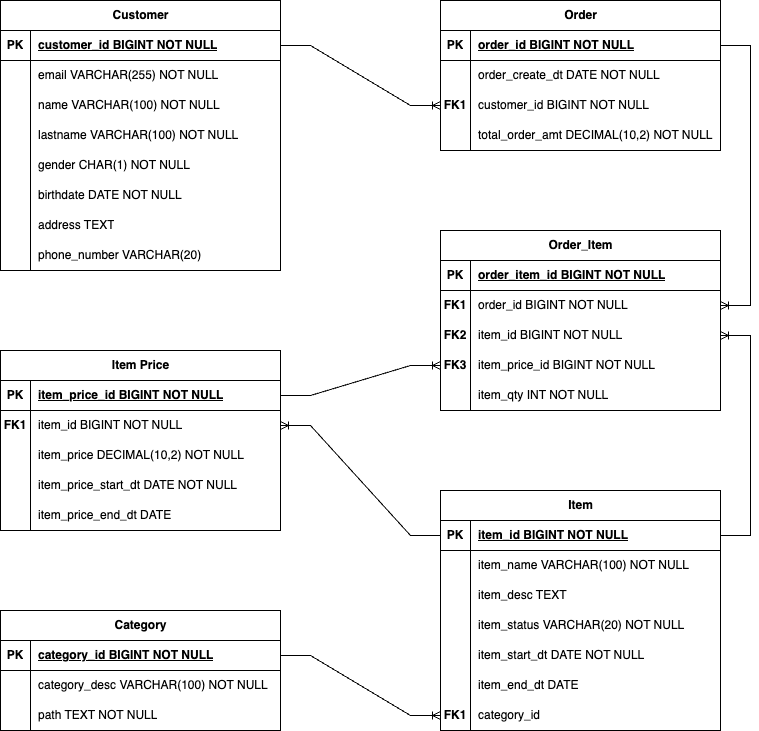
NicOliveto/challenge_analytics_engineer_sql keeps this draw.io diagram as der_flujo_compras.drawio.png. Above is the earlier version. Source tidied: cells renumbered, new cells last; positions are measured from the earlier drawing's top-left corner, leaving out a move shared by most shapes.
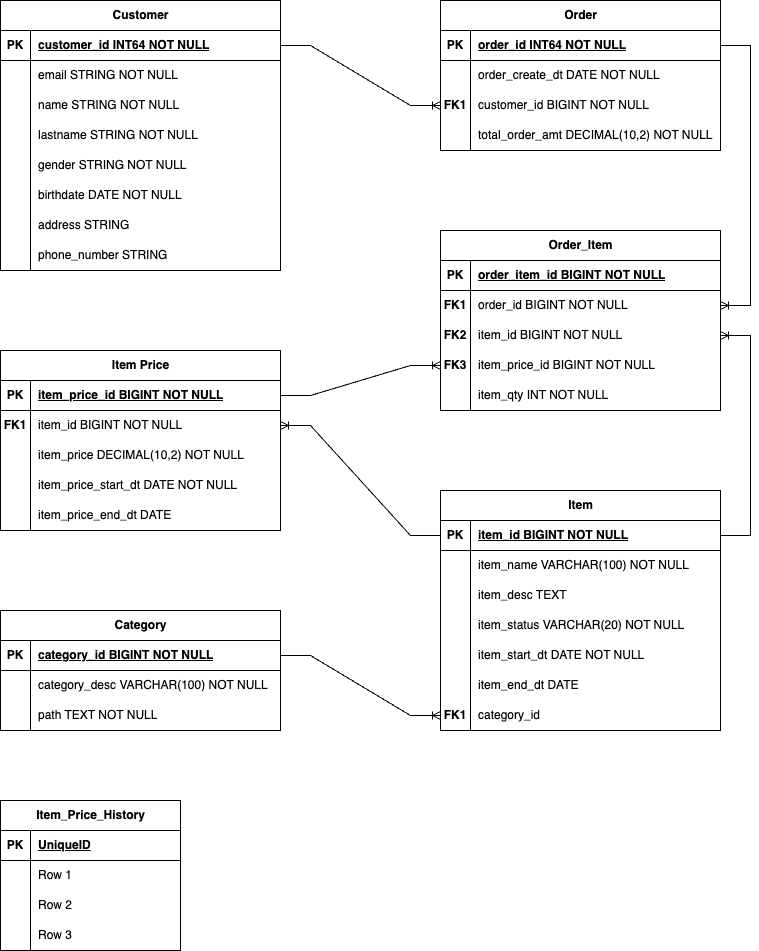
After the change.

Change to the diagram source:
```diff
@@ -11,7 +11,7 @@
     <mxCell id="4" value="PK" style="shape=partialRectangle;fillColor=none;top=0;left=0;bottom=0;right=0;fontStyle=1;overflow=hidden;whiteSpace=wrap;html=1;" parent="3" vertex="1">
       <mxGeometry width="30" height="30" as="geometry" />
     </mxCell>
-    <mxCell id="5" value="customer_id BIGINT NOT NULL" style="shape=partialRectangle;fillColor=none;top=0;left=0;bottom=0;right=0;align=left;spacingLeft=6;fontStyle=5;overflow=hidden;whiteSpace=wrap;html=1;" parent="3" vertex="1">
+    <mxCell id="5" value="customer_id INT64 NOT NULL" style="shape=partialRectangle;fillColor=none;top=0;left=0;bottom=0;right=0;align=left;spacingLeft=6;fontStyle=5;overflow=hidden;whiteSpace=wrap;html=1;" parent="3" vertex="1">
       <mxGeometry x="30" width="250" height="30" as="geometry" />
     </mxCell>
     <mxCell id="6" style="shape=tableRow;horizontal=0;startSize=0;swimlaneHead=0;swimlaneBody=0;fillColor=none;top=0;left=0;right=0;bottom=0;" parent="2" vertex="1">
@@ -20,7 +20,7 @@
     <mxCell id="7" style="shape=partialRectangle;fillColor=none;top=0;left=0;bottom=0;right=0;overflow=hidden;whiteSpace=wrap;html=1;" parent="6" vertex="1">
       <mxGeometry width="30" height="30" as="geometry" />
     </mxCell>
-    <mxCell id="8" value="email VARCHAR(255) NOT NULL" style="shape=partialRectangle;fillColor=none;top=0;left=0;bottom=0;right=0;align=left;spacingLeft=6;overflow=hidden;whiteSpace=wrap;html=1;" parent="6" vertex="1">
+    <mxCell id="8" value="email STRING NOT NULL" style="shape=partialRectangle;fillColor=none;top=0;left=0;bottom=0;right=0;align=left;spacingLeft=6;overflow=hidden;whiteSpace=wrap;html=1;" parent="6" vertex="1">
       <mxGeometry x="30" width="250" height="30" as="geometry" />
     </mxCell>
     <mxCell id="9" style="shape=tableRow;horizontal=0;startSize=0;swimlaneHead=0;swimlaneBody=0;fillColor=none;top=0;left=0;right=0;bottom=0;" parent="2" vertex="1">
@@ -29,7 +29,7 @@
     <mxCell id="10" style="shape=partialRectangle;fillColor=none;top=0;left=0;bottom=0;right=0;overflow=hidden;whiteSpace=wrap;html=1;" parent="9" vertex="1">
       <mxGeometry width="30" height="30" as="geometry" />
     </mxCell>
-    <mxCell id="11" value="name VARCHAR(100) NOT NULL" style="shape=partialRectangle;fillColor=none;top=0;left=0;bottom=0;right=0;align=left;spacingLeft=6;overflow=hidden;whiteSpace=wrap;html=1;" parent="9" vertex="1">
+    <mxCell id="11" value="name STRING NOT NULL" style="shape=partialRectangle;fillColor=none;top=0;left=0;bottom=0;right=0;align=left;spacingLeft=6;overflow=hidden;whiteSpace=wrap;html=1;" parent="9" vertex="1">
       <mxGeometry x="30" width="250" height="30" as="geometry" />
     </mxCell>
     <mxCell id="12" style="shape=tableRow;horizontal=0;startSize=0;swimlaneHead=0;swimlaneBody=0;fillColor=none;top=0;left=0;right=0;bottom=0;" parent="2" vertex="1">
@@ -38,7 +38,7 @@
     <mxCell id="13" style="shape=partialRectangle;fillColor=none;top=0;left=0;bottom=0;right=0;overflow=hidden;whiteSpace=wrap;html=1;" parent="12" vertex="1">
       <mxGeometry width="30" height="30" as="geometry" />
     </mxCell>
-    <mxCell id="14" value="lastname VARCHAR(100) NOT NULL" style="shape=partialRectangle;fillColor=none;top=0;left=0;bottom=0;right=0;align=left;spacingLeft=6;overflow=hidden;whiteSpace=wrap;html=1;" parent="12" vertex="1">
+    <mxCell id="14" value="lastname STRING NOT NULL" style="shape=partialRectangle;fillColor=none;top=0;left=0;bottom=0;right=0;align=left;spacingLeft=6;overflow=hidden;whiteSpace=wrap;html=1;" parent="12" vertex="1">
       <mxGeometry x="30" width="250" height="30" as="geometry" />
     </mxCell>
     <mxCell id="15" style="shape=tableRow;horizontal=0;startSize=0;swimlaneHead=0;swimlaneBody=0;fillColor=none;top=0;left=0;right=0;bottom=0;" parent="2" vertex="1">
@@ -47,7 +47,7 @@
     <mxCell id="16" style="shape=partialRectangle;fillColor=none;top=0;left=0;bottom=0;right=0;overflow=hidden;whiteSpace=wrap;html=1;" parent="15" vertex="1">
       <mxGeometry width="30" height="30" as="geometry" />
     </mxCell>
-    <mxCell id="17" value="gender CHAR(1) NOT NULL" style="shape=partialRectangle;fillColor=none;top=0;left=0;bottom=0;right=0;align=left;spacingLeft=6;overflow=hidden;whiteSpace=wrap;html=1;" parent="15" vertex="1">
+    <mxCell id="17" value="gender STRING NOT NULL" style="shape=partialRectangle;fillColor=none;top=0;left=0;bottom=0;right=0;align=left;spacingLeft=6;overflow=hidden;whiteSpace=wrap;html=1;" parent="15" vertex="1">
       <mxGeometry x="30" width="250" height="30" as="geometry" />
     </mxCell>
     <mxCell id="18" style="shape=tableRow;horizontal=0;startSize=0;swimlaneHead=0;swimlaneBody=0;fillColor=none;top=0;left=0;right=0;bottom=0;" parent="2" vertex="1">
@@ -65,7 +65,7 @@
     <mxCell id="22" style="shape=partialRectangle;fillColor=none;top=0;left=0;bottom=0;right=0;overflow=hidden;whiteSpace=wrap;html=1;" parent="21" vertex="1">
       <mxGeometry width="30" height="30" as="geometry" />
     </mxCell>
-    <mxCell id="23" value="address TEXT" style="shape=partialRectangle;fillColor=none;top=0;left=0;bottom=0;right=0;align=left;spacingLeft=6;overflow=hidden;whiteSpace=wrap;html=1;" parent="21" vertex="1">
+    <mxCell id="23" value="address STRING" style="shape=partialRectangle;fillColor=none;top=0;left=0;bottom=0;right=0;align=left;spacingLeft=6;overflow=hidden;whiteSpace=wrap;html=1;" parent="21" vertex="1">
       <mxGeometry x="30" width="250" height="30" as="geometry" />
     </mxCell>
     <mxCell id="24" style="shape=tableRow;horizontal=0;startSize=0;swimlaneHead=0;swimlaneBody=0;fillColor=none;top=0;left=0;right=0;bottom=0;" parent="2" vertex="1">
@@ -74,7 +74,7 @@
     <mxCell id="25" style="shape=partialRectangle;fillColor=none;top=0;left=0;bottom=0;right=0;overflow=hidden;whiteSpace=wrap;html=1;" parent="24" vertex="1">
       <mxGeometry width="30" height="30" as="geometry" />
     </mxCell>
-    <mxCell id="26" value="phone_number VARCHAR(20)" style="shape=partialRectangle;fillColor=none;top=0;left=0;bottom=0;right=0;align=left;spacingLeft=6;overflow=hidden;whiteSpace=wrap;html=1;" parent="24" vertex="1">
+    <mxCell id="26" value="phone_number STRING" style="shape=partialRectangle;fillColor=none;top=0;left=0;bottom=0;right=0;align=left;spacingLeft=6;overflow=hidden;whiteSpace=wrap;html=1;" parent="24" vertex="1">
       <mxGeometry x="30" width="250" height="30" as="geometry" />
     </mxCell>
     <mxCell id="27" value="Item" style="shape=table;startSize=30;rowLines=0;fontStyle=1;align=center;html=1;" parent="1" vertex="1">
@@ -182,7 +182,7 @@
     <mxCell id="61" value="PK" style="shape=partialRectangle;fillColor=none;top=0;left=0;bottom=0;right=0;fontStyle=1;overflow=hidden;whiteSpace=wrap;html=1;" parent="60" vertex="1">
       <mxGeometry width="30" height="30" as="geometry" />
     </mxCell>
-    <mxCell id="62" value="order_id BIGINT NOT NULL" style="shape=partialRectangle;fillColor=none;top=0;left=0;bottom=0;right=0;align=left;spacingLeft=6;fontStyle=5;overflow=hidden;whiteSpace=wrap;html=1;" parent="60" vertex="1">
+    <mxCell id="62" value="order_id INT64 NOT NULL" style="shape=partialRectangle;fillColor=none;top=0;left=0;bottom=0;right=0;align=left;spacingLeft=6;fontStyle=5;overflow=hidden;whiteSpace=wrap;html=1;" parent="60" vertex="1">
       <mxGeometry x="30" width="250" height="30" as="geometry" />
     </mxCell>
     <mxCell id="63" style="shape=tableRow;horizontal=0;startSize=0;swimlaneHead=0;swimlaneBody=0;fillColor=none;top=0;left=0;right=0;bottom=0;" parent="59" vertex="1">
@@ -326,5 +326,44 @@
     <mxCell id="109" style="edgeStyle=entityRelationEdgeStyle;fontSize=12;html=1;endArrow=ERoneToMany;rounded=0;" parent="1" edge="1" source="89" target="82">
       <mxGeometry relative="1" as="geometry" />
     </mxCell>
+    <mxCell id="110" value="Item_Price_History" style="shape=table;startSize=30;rowLines=0;fontStyle=1;align=center;html=1;" parent="1" vertex="1">
+      <mxGeometry y="800" width="180" height="150" as="geometry" />
+    </mxCell>
+    <mxCell id="111" style="shape=tableRow;horizontal=0;startSize=0;swimlaneHead=0;swimlaneBody=0;fillColor=none;top=0;left=0;right=0;bottom=1;" parent="110" vertex="1">
+      <mxGeometry y="30" width="180" height="30" as="geometry" />
+    </mxCell>
+    <mxCell id="112" value="PK" style="shape=partialRectangle;fillColor=none;top=0;left=0;bottom=0;right=0;fontStyle=1;overflow=hidden;whiteSpace=wrap;html=1;" parent="111" vertex="1">
+      <mxGeometry width="30" height="30" as="geometry" />
+    </mxCell>
+    <mxCell id="113" value="UniqueID" style="shape=partialRectangle;fillColor=none;top=0;left=0;bottom=0;right=0;align=left;spacingLeft=6;fontStyle=5;overflow=hidden;whiteSpace=wrap;html=1;" parent="111" vertex="1">
+      <mxGeometry x="30" width="150" height="30" as="geometry" />
+    </mxCell>
+    <mxCell id="114" style="shape=tableRow;horizontal=0;startSize=0;swimlaneHead=0;swimlaneBody=0;fillColor=none;top=0;left=0;right=0;bottom=0;" parent="110" vertex="1">
+      <mxGeometry y="60" width="180" height="30" as="geometry" />
+    </mxCell>
+    <mxCell id="115" style="shape=partialRectangle;fillColor=none;top=0;left=0;bottom=0;right=0;overflow=hidden;whiteSpace=wrap;html=1;" parent="114" vertex="1">
+      <mxGeometry width="30" height="30" as="geometry" />
+    </mxCell>
+    <mxCell id="116" value="Row 1" style="shape=partialRectangle;fillColor=none;top=0;left=0;bottom=0;right=0;align=left;spacingLeft=6;overflow=hidden;whiteSpace=wrap;html=1;" parent="114" vertex="1">
+      <mxGeometry x="30" width="150" height="30" as="geometry" />
+    </mxCell>
+    <mxCell id="117" style="shape=tableRow;horizontal=0;startSize=0;swimlaneHead=0;swimlaneBody=0;fillColor=none;top=0;left=0;right=0;bottom=0;" parent="110" vertex="1">
+      <mxGeometry y="90" width="180" height="30" as="geometry" />
+    </mxCell>
+    <mxCell id="118" style="shape=partialRectangle;fillColor=none;top=0;left=0;bottom=0;right=0;overflow=hidden;whiteSpace=wrap;html=1;" parent="117" vertex="1">
+      <mxGeometry width="30" height="30" as="geometry" />
+    </mxCell>
+    <mxCell id="119" value="Row 2" style="shape=partialRectangle;fillColor=none;top=0;left=0;bottom=0;right=0;align=left;spacingLeft=6;overflow=hidden;whiteSpace=wrap;html=1;" parent="117" vertex="1">
+      <mxGeometry x="30" width="150" height="30" as="geometry" />
+    </mxCell>
+    <mxCell id="120" style="shape=tableRow;horizontal=0;startSize=0;swimlaneHead=0;swimlaneBody=0;fillColor=none;top=0;left=0;right=0;bottom=0;" parent="110" vertex="1">
+      <mxGeometry y="120" width="180" height="30" as="geometry" />
+    </mxCell>
+    <mxCell id="121" style="shape=partialRectangle;fillColor=none;top=0;left=0;bottom=0;right=0;overflow=hidden;whiteSpace=wrap;html=1;" parent="120" vertex="1">
+      <mxGeometry width="30" height="30" as="geometry" />
+    </mxCell>
+    <mxCell id="122" value="Row 3" style="shape=partialRectangle;fillColor=none;top=0;left=0;bottom=0;right=0;align=left;spacingLeft=6;overflow=hidden;whiteSpace=wrap;html=1;" parent="120" vertex="1">
+      <mxGeometry x="30" width="150" height="30" as="geometry" />
+    </mxCell>
   </root>
 </mxGraphModel>
```
